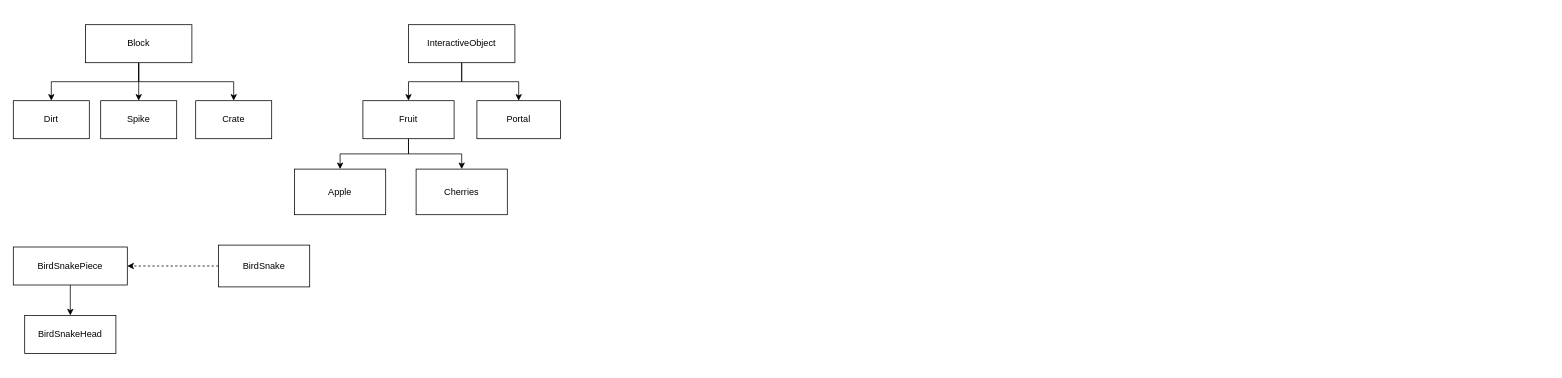
The draw.io diagram ClassDiagram.drawio in EdZ543/ICS4U-final-project, before the edit. Source tidied: cells renumbered, new cells numbered last; positions are measured from the earlier drawing's top-left corner, leaving out a move shared by most shapes. Both pictures are drawn from the tidied source at 76%, with x=0, y=0 at pixel (13, 24).
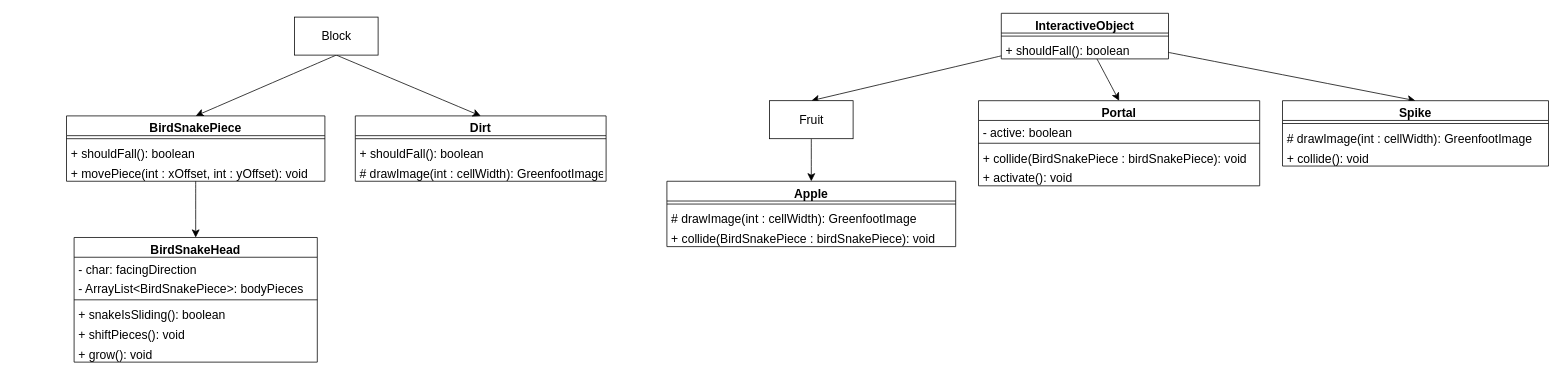
The same page after the edit.

Diff of the diagram source:
```diff
@@
+    <mxCell id="8" style="edgeStyle=none;curved=1;rounded=0;jettySize=auto;html=1;entryX=0.5;entryY=0;entryDx=0;entryDy=0;fontSize=12;startSize=8;endSize=8;" parent="1" edge="1" source="10" target="13">
+      <mxGeometry relative="1" as="geometry" />
+    </mxCell>
+    <mxCell id="9" style="edgeStyle=none;curved=1;rounded=0;jettySize=auto;html=1;entryX=0.5;entryY=0;entryDx=0;entryDy=0;fontSize=12;startSize=8;endSize=8;" parent="1" edge="1" source="10" target="14">
+      <mxGeometry relative="1" as="geometry" />
+    </mxCell>
+    <mxCell id="23" style="edgeStyle=none;curved=1;rounded=0;jettySize=auto;html=1;entryX=0.5;entryY=0;entryDx=0;entryDy=0;fontSize=12;startSize=8;endSize=8;" parent="1" edge="1" source="10" target="18">
+      <mxGeometry relative="1" as="geometry" />
+    </mxCell>
+    <mxCell id="10" value="InteractiveObject" style="swimlane;fontStyle=1;align=center;verticalAlign=top;horizontal=1;startSize=26;fontSize=16;" parent="1" vertex="1">
+      <mxGeometry x="1300" y="-15" width="220" height="60" as="geometry" />
+    </mxCell>
+    <mxCell id="24" style="line;strokeWidth=1;fillColor=none;align=left;verticalAlign=middle;spacingTop=-1;spacingLeft=3;spacingRight=3;labelPosition=right;strokeColor=inherit;fontSize=16;" parent="10" vertex="1">
+      <mxGeometry y="26" width="220" height="8" as="geometry" />
+    </mxCell>
+    <mxCell id="25" value="+ shouldFall(): boolean" style="text;strokeColor=none;fillColor=none;align=left;verticalAlign=top;spacingLeft=4;spacingRight=4;overflow=hidden;fontSize=16;" parent="10" vertex="1">
+      <mxGeometry y="34" width="220" height="26" as="geometry" />
+    </mxCell>
+    <mxCell id="26" style="edgeStyle=none;curved=1;rounded=0;jettySize=auto;html=1;entryX=0.5;entryY=0;entryDx=0;entryDy=0;fontSize=12;startSize=8;endSize=8;exitX=0.5;exitY=1;exitDx=0;exitDy=0;" parent="1" edge="1" source="7" target="3">
+      <mxGeometry relative="1" as="geometry" />
+    </mxCell>
-    <mxCell id="2" style="edgeStyle=orthogonalEdgeStyle;rounded=0;jettySize=auto;html=1;" parent="1" edge="1" source="3" target="19">
+    <mxCell id="2" style="edgeStyle=none;curved=1;rounded=0;jettySize=auto;html=1;entryX=0.5;entryY=0;entryDx=0;entryDy=0;fontSize=12;startSize=8;endSize=8;" parent="1" edge="1" source="3" target="19">
       <mxGeometry relative="1" as="geometry" />
     </mxCell>
-    <mxCell id="3" value="BirdSnakePiece" style="rounded=0;whiteSpace=wrap;html=1;" parent="1" vertex="1">
-      <mxGeometry y="292.5" width="150" height="50" as="geometry" />
+    <mxCell id="3" value="BirdSnakePiece" style="swimlane;fontStyle=1;align=center;verticalAlign=top;horizontal=1;startSize=26;fontSize=16;" parent="1" vertex="1">
+      <mxGeometry x="70" y="120" width="340" height="86" as="geometry" />
     </mxCell>
+    <mxCell id="27" style="line;strokeWidth=1;fillColor=none;align=left;verticalAlign=middle;spacingTop=-1;spacingLeft=3;spacingRight=3;labelPosition=right;strokeColor=inherit;fontSize=16;" parent="3" vertex="1">
+      <mxGeometry y="26" width="340" height="8" as="geometry" />
+    </mxCell>
+    <mxCell id="28" value="+ shouldFall(): boolean&#10;" style="text;strokeColor=none;fillColor=none;align=left;verticalAlign=top;spacingLeft=4;spacingRight=4;overflow=hidden;fontSize=16;" parent="3" vertex="1">
+      <mxGeometry y="34" width="340" height="26" as="geometry" />
+    </mxCell>
+    <mxCell id="29" value="+ movePiece(int : xOffset, int : yOffset): void&#10;" style="text;strokeColor=none;fillColor=none;align=left;verticalAlign=top;spacingLeft=4;spacingRight=4;overflow=hidden;fontSize=16;" parent="3" vertex="1">
+      <mxGeometry y="60" width="340" height="26" as="geometry" />
+    </mxCell>
+    <mxCell id="19" value="BirdSnakeHead" style="swimlane;fontStyle=1;align=center;verticalAlign=top;horizontal=1;startSize=26;fontSize=16;" parent="1" vertex="1">
+      <mxGeometry x="80" y="280" width="320" height="164" as="geometry" />
+    </mxCell>
+    <mxCell id="30" value="- char: facingDirection" style="text;strokeColor=none;fillColor=none;align=left;verticalAlign=top;spacingLeft=4;spacingRight=4;overflow=hidden;fontSize=16;" parent="19" vertex="1">
+      <mxGeometry y="26" width="320" height="26" as="geometry" />
+    </mxCell>
+    <mxCell id="31" value="- ArrayList&lt;BirdSnakePiece&gt;: bodyPieces" style="text;strokeColor=none;fillColor=none;align=left;verticalAlign=top;spacingLeft=4;spacingRight=4;overflow=hidden;fontSize=16;" parent="19" vertex="1">
+      <mxGeometry y="52" width="320" height="26" as="geometry" />
+    </mxCell>
+    <mxCell id="32" style="line;strokeWidth=1;fillColor=none;align=left;verticalAlign=middle;spacingTop=-1;spacingLeft=3;spacingRight=3;labelPosition=right;strokeColor=inherit;fontSize=16;" parent="19" vertex="1">
+      <mxGeometry y="78" width="320" height="8" as="geometry" />
+    </mxCell>
+    <mxCell id="33" value="+ snakeIsSliding(): boolean" style="text;strokeColor=none;fillColor=none;align=left;verticalAlign=top;spacingLeft=4;spacingRight=4;overflow=hidden;fontSize=16;" parent="19" vertex="1">
+      <mxGeometry y="86" width="320" height="26" as="geometry" />
+    </mxCell>
+    <mxCell id="34" value="+ shiftPieces(): void" style="text;strokeColor=none;fillColor=none;align=left;verticalAlign=top;spacingLeft=4;spacingRight=4;overflow=hidden;fontSize=16;" parent="19" vertex="1">
+      <mxGeometry y="112" width="320" height="26" as="geometry" />
+    </mxCell>
+    <mxCell id="35" value="+ grow(): void" style="text;strokeColor=none;fillColor=none;align=left;verticalAlign=top;spacingLeft=4;spacingRight=4;overflow=hidden;fontSize=16;" parent="19" vertex="1">
+      <mxGeometry y="138" width="320" height="26" as="geometry" />
+    </mxCell>
+    <mxCell id="17" value="Dirt" style="swimlane;fontStyle=1;align=center;verticalAlign=top;horizontal=1;startSize=26;fontSize=16;" parent="1" vertex="1">
+      <mxGeometry x="450" y="120" width="330" height="86" as="geometry" />
+    </mxCell>
+    <mxCell id="36" style="line;strokeWidth=1;fillColor=none;align=left;verticalAlign=middle;spacingTop=-1;spacingLeft=3;spacingRight=3;labelPosition=right;strokeColor=inherit;fontSize=16;" parent="17" vertex="1">
+      <mxGeometry y="26" width="330" height="8" as="geometry" />
+    </mxCell>
+    <mxCell id="37" value="+ shouldFall(): boolean" style="text;strokeColor=none;fillColor=none;align=left;verticalAlign=top;spacingLeft=4;spacingRight=4;overflow=hidden;fontSize=16;" parent="17" vertex="1">
+      <mxGeometry y="34" width="330" height="26" as="geometry" />
+    </mxCell>
+    <mxCell id="38" value="# drawImage(int : cellWidth): GreenfootImage" style="text;strokeColor=none;fillColor=none;align=left;verticalAlign=top;spacingLeft=4;spacingRight=4;overflow=hidden;fontSize=16;" parent="17" vertex="1">
+      <mxGeometry y="60" width="330" height="26" as="geometry" />
+    </mxCell>
-    <mxCell id="4" style="edgeStyle=orthogonalEdgeStyle;rounded=0;jettySize=auto;html=1;" parent="1" edge="1" source="7" target="17">
+    <mxCell id="4" style="edgeStyle=none;curved=1;rounded=0;jettySize=auto;html=1;entryX=0.5;entryY=0;entryDx=0;entryDy=0;fontSize=12;startSize=8;endSize=8;exitX=0.5;exitY=1;exitDx=0;exitDy=0;" parent="1" edge="1" source="7" target="17">
       <mxGeometry relative="1" as="geometry" />
     </mxCell>
-    <mxCell id="5" style="edgeStyle=orthogonalEdgeStyle;rounded=0;jettySize=auto;html=1;entryX=0.5;entryY=0;entryDx=0;entryDy=0;" parent="1" edge="1" source="7" target="18">
-      <mxGeometry relative="1" as="geometry" />
-    </mxCell>
-    <mxCell id="6" style="edgeStyle=orthogonalEdgeStyle;rounded=0;jettySize=auto;html=1;exitX=0.5;exitY=1;exitDx=0;exitDy=0;" parent="1" edge="1" source="7" target="22">
-      <mxGeometry relative="1" as="geometry" />
-    </mxCell>
-    <mxCell id="7" value="Block" style="rounded=0;whiteSpace=wrap;html=1;" parent="1" vertex="1">
-      <mxGeometry x="95" width="140" height="50" as="geometry" />
+    <mxCell id="7" value="Block" style="html=1;fontSize=16;" parent="1" vertex="1">
+      <mxGeometry x="370" y="-10" width="110" height="50" as="geometry" />
     </mxCell>
-    <mxCell id="8" style="edgeStyle=orthogonalEdgeStyle;rounded=0;jettySize=auto;html=1;entryX=0.5;entryY=0;entryDx=0;entryDy=0;" parent="1" edge="1" source="10" target="13">
-      <mxGeometry relative="1" as="geometry" />
-    </mxCell>
-    <mxCell id="9" style="edgeStyle=orthogonalEdgeStyle;rounded=0;jettySize=auto;html=1;entryX=0.5;entryY=0;entryDx=0;entryDy=0;" parent="1" edge="1" source="10" target="14">
-      <mxGeometry relative="1" as="geometry" />
-    </mxCell>
-    <mxCell id="10" value="InteractiveObject" style="rounded=0;whiteSpace=wrap;html=1;" parent="1" vertex="1">
-      <mxGeometry x="520" width="140" height="50" as="geometry" />
-    </mxCell>
-    <mxCell id="11" style="edgeStyle=orthogonalEdgeStyle;rounded=0;jettySize=auto;html=1;" parent="1" edge="1" source="13" target="15">
+    <mxCell id="11" style="edgeStyle=none;curved=1;rounded=0;jettySize=auto;html=1;entryX=0.5;entryY=0;entryDx=0;entryDy=0;fontSize=12;startSize=8;endSize=8;" parent="1" edge="1" source="13" target="15">
       <mxGeometry relative="1" as="geometry" />
     </mxCell>
-    <mxCell id="12" style="edgeStyle=orthogonalEdgeStyle;rounded=0;jettySize=auto;html=1;" parent="1" edge="1" source="13" target="16">
-      <mxGeometry relative="1" as="geometry" />
-    </mxCell>
-    <mxCell id="13" value="Fruit" style="rounded=0;whiteSpace=wrap;html=1;" parent="1" vertex="1">
-      <mxGeometry x="460" y="100" width="120" height="50" as="geometry" />
+    <mxCell id="13" value="Fruit" style="html=1;fontSize=16;" parent="1" vertex="1">
+      <mxGeometry x="995" y="100" width="110" height="50" as="geometry" />
     </mxCell>
+    <mxCell id="15" value="Apple" style="swimlane;fontStyle=1;align=center;verticalAlign=top;horizontal=1;startSize=26;fontSize=16;" parent="1" vertex="1">
+      <mxGeometry x="860" y="206" width="380" height="86" as="geometry" />
+    </mxCell>
+    <mxCell id="39" style="line;strokeWidth=1;fillColor=none;align=left;verticalAlign=middle;spacingTop=-1;spacingLeft=3;spacingRight=3;labelPosition=right;strokeColor=inherit;fontSize=16;" parent="15" vertex="1">
+      <mxGeometry y="26" width="380" height="8" as="geometry" />
+    </mxCell>
+    <mxCell id="40" value="# drawImage(int : cellWidth): GreenfootImage" style="text;strokeColor=none;fillColor=none;align=left;verticalAlign=top;spacingLeft=4;spacingRight=4;overflow=hidden;fontSize=16;" parent="15" vertex="1">
+      <mxGeometry y="34" width="380" height="26" as="geometry" />
+    </mxCell>
+    <mxCell id="41" value="+ collide(BirdSnakePiece : birdSnakePiece): void" style="text;strokeColor=none;fillColor=none;align=left;verticalAlign=top;spacingLeft=4;spacingRight=4;overflow=hidden;fontSize=16;" parent="15" vertex="1">
+      <mxGeometry y="60" width="380" height="26" as="geometry" />
+    </mxCell>
-    <mxCell id="14" value="Portal" style="rounded=0;whiteSpace=wrap;html=1;" parent="1" vertex="1">
-      <mxGeometry x="610" y="100" width="110" height="50" as="geometry" />
+    <mxCell id="14" value="Portal" style="swimlane;fontStyle=1;align=center;verticalAlign=top;horizontal=1;startSize=26;fontSize=16;" parent="1" vertex="1">
+      <mxGeometry x="1270" y="100" width="370" height="112" as="geometry" />
     </mxCell>
-    <mxCell id="15" value="Apple" style="rounded=0;whiteSpace=wrap;html=1;" parent="1" vertex="1">
-      <mxGeometry x="370" y="190" width="120" height="60" as="geometry" />
-    </mxCell>
-    <mxCell id="16" value="Cherries" style="rounded=0;whiteSpace=wrap;html=1;" parent="1" vertex="1">
-      <mxGeometry x="530" y="190" width="120" height="60" as="geometry" />
-    </mxCell>
-    <mxCell id="17" value="Dirt" style="rounded=0;whiteSpace=wrap;html=1;" parent="1" vertex="1">
-      <mxGeometry y="100" width="100" height="50" as="geometry" />
-    </mxCell>
+    <mxCell id="42" value="- active: boolean" style="text;strokeColor=none;fillColor=none;align=left;verticalAlign=top;spacingLeft=4;spacingRight=4;overflow=hidden;fontSize=16;" parent="14" vertex="1">
+      <mxGeometry y="26" width="370" height="26" as="geometry" />
+    </mxCell>
+    <mxCell id="43" style="line;strokeWidth=1;fillColor=none;align=left;verticalAlign=middle;spacingTop=-1;spacingLeft=3;spacingRight=3;labelPosition=right;strokeColor=inherit;fontSize=16;" parent="14" vertex="1">
+      <mxGeometry y="52" width="370" height="8" as="geometry" />
+    </mxCell>
+    <mxCell id="44" value="+ collide(BirdSnakePiece : birdSnakePiece): void" style="text;strokeColor=none;fillColor=none;align=left;verticalAlign=top;spacingLeft=4;spacingRight=4;overflow=hidden;fontSize=16;" parent="14" vertex="1">
+      <mxGeometry y="60" width="370" height="26" as="geometry" />
+    </mxCell>
+    <mxCell id="45" value="+ activate(): void" style="text;strokeColor=none;fillColor=none;align=left;verticalAlign=top;spacingLeft=4;spacingRight=4;overflow=hidden;fontSize=16;" parent="14" vertex="1">
+      <mxGeometry y="86" width="370" height="26" as="geometry" />
+    </mxCell>
-    <mxCell id="18" value="Spike" style="rounded=0;whiteSpace=wrap;html=1;" parent="1" vertex="1">
-      <mxGeometry x="115" y="100" width="100" height="50" as="geometry" />
+    <mxCell id="18" value="Spike" style="swimlane;fontStyle=1;align=center;verticalAlign=top;horizontal=1;startSize=26;fontSize=16;" parent="1" vertex="1">
+      <mxGeometry x="1670" y="100" width="350" height="86" as="geometry" />
     </mxCell>
-    <mxCell id="19" value="BirdSnakeHead" style="rounded=0;whiteSpace=wrap;html=1;" parent="1" vertex="1">
-      <mxGeometry x="15" y="382.5" width="120" height="50" as="geometry" />
-    </mxCell>
-    <mxCell id="20" style="edgeStyle=orthogonalEdgeStyle;rounded=0;jettySize=auto;html=1;entryX=1;entryY=0.5;entryDx=0;entryDy=0;dashed=1;" parent="1" edge="1" source="21" target="3">
-      <mxGeometry relative="1" as="geometry" />
-    </mxCell>
-    <mxCell id="21" value="BirdSnake" style="rounded=0;whiteSpace=wrap;html=1;" parent="1" vertex="1">
-      <mxGeometry x="270" y="290" width="120" height="55" as="geometry" />
-    </mxCell>
-    <mxCell id="22" value="Crate" style="rounded=0;whiteSpace=wrap;html=1;" parent="1" vertex="1">
-      <mxGeometry x="240" y="100" width="100" height="50" as="geometry" />
-    </mxCell>
+    <mxCell id="46" style="line;strokeWidth=1;fillColor=none;align=left;verticalAlign=middle;spacingTop=-1;spacingLeft=3;spacingRight=3;labelPosition=right;strokeColor=inherit;fontSize=16;" parent="18" vertex="1">
+      <mxGeometry y="26" width="350" height="8" as="geometry" />
+    </mxCell>
+    <mxCell id="47" value="# drawImage(int : cellWidth): GreenfootImage" style="text;strokeColor=none;fillColor=none;align=left;verticalAlign=top;spacingLeft=4;spacingRight=4;overflow=hidden;fontSize=16;" parent="18" vertex="1">
+      <mxGeometry y="34" width="350" height="26" as="geometry" />
+    </mxCell>
+    <mxCell id="48" value="+ collide(): void" style="text;strokeColor=none;fillColor=none;align=left;verticalAlign=top;spacingLeft=4;spacingRight=4;overflow=hidden;fontSize=16;" parent="18" vertex="1">
+      <mxGeometry y="60" width="350" height="26" as="geometry" />
+    </mxCell>
```
